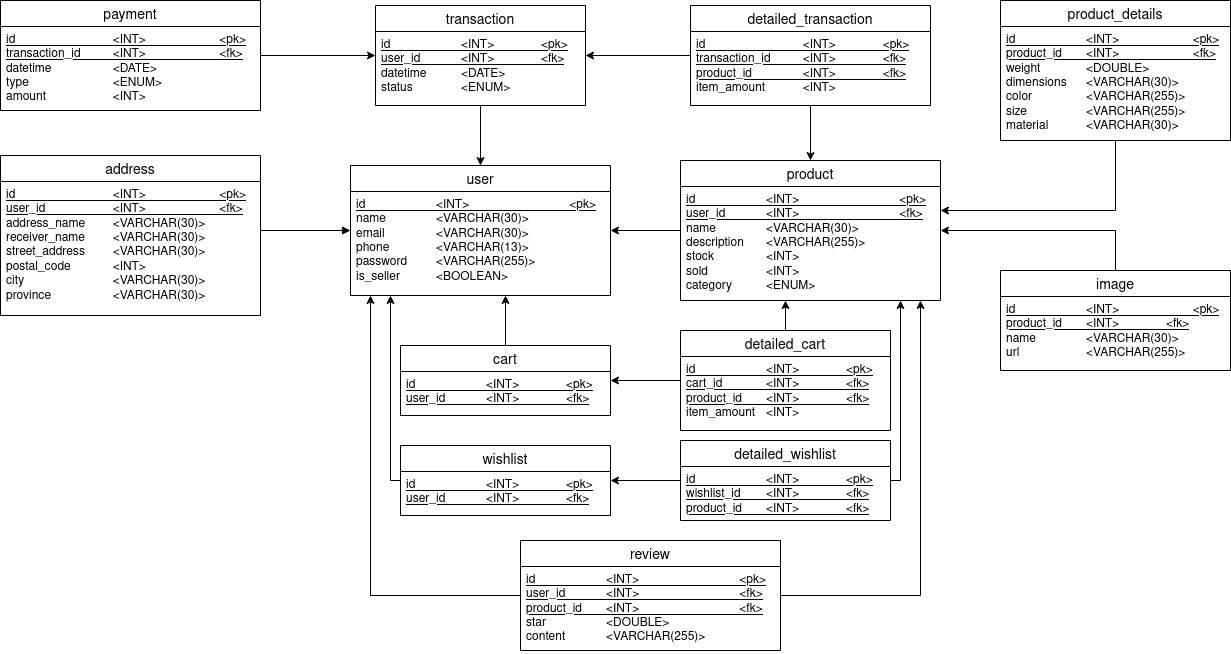
Before: img/NusantaraStore051_PDM.drawio.png, a diagram exported from draw.io (borednuna/NusantaraStore051_BE). Source tidied: cells renumbered, new cells last; positions are measured from the earlier drawing's top-left corner, leaving out a move shared by most shapes.
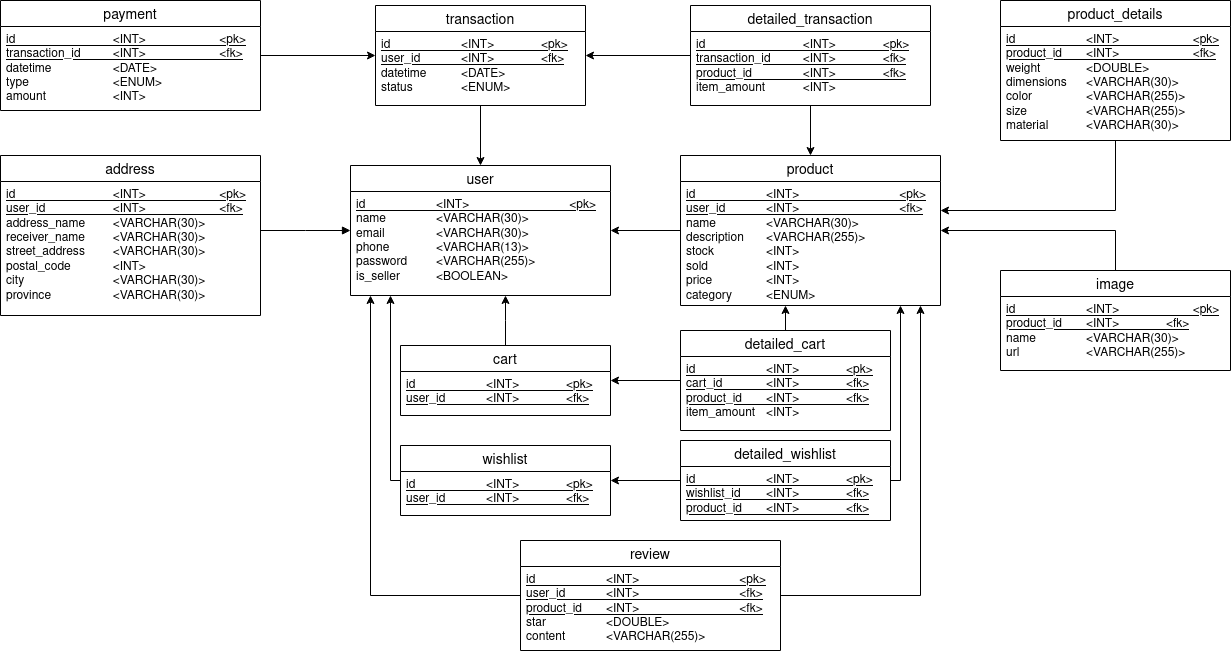
Above is the later version.

Diff of the diagram source:
```diff
@@ -36,10 +36,10 @@
       <mxGeometry relative="1" as="geometry" />
     </mxCell>
     <mxCell id="13" value="product" style="swimlane;fontStyle=0;horizontal=1;startSize=26;align=center;fontSize=14;" parent="1" vertex="1">
-      <mxGeometry x="680" y="160" width="260" height="140" as="geometry" />
+      <mxGeometry x="680" y="155" width="260" height="150" as="geometry" />
     </mxCell>
-    <mxCell id="14" value="&lt;div&gt;&lt;u&gt;id&lt;span style=&quot;white-space: pre;&quot;&gt;&#9;&lt;/span&gt;&lt;span style=&quot;white-space: pre;&quot;&gt;&#9;&lt;/span&gt;&lt;span style=&quot;white-space: pre;&quot;&gt;&#9;&lt;/span&gt;&amp;lt;INT&amp;gt;&lt;span style=&quot;white-space: pre;&quot;&gt;&#9;&lt;/span&gt;&lt;span style=&quot;white-space: pre;&quot;&gt;&#9;&lt;/span&gt;&lt;span style=&quot;white-space: pre;&quot;&gt;&#9;&lt;/span&gt;&lt;span style=&quot;white-space: pre;&quot;&gt;&#9;&lt;/span&gt;&amp;lt;pk&amp;gt;&lt;/u&gt;&lt;/div&gt;&lt;div&gt;&lt;u&gt;user_id&lt;span style=&quot;white-space: pre;&quot;&gt;&#9;&lt;span style=&quot;white-space: pre;&quot;&gt;&#9;&lt;/span&gt;&amp;lt;INT&amp;gt;&lt;span style=&quot;white-space: pre;&quot;&gt;&#9;&lt;/span&gt;&lt;span style=&quot;white-space: pre;&quot;&gt;&#9;&lt;/span&gt;&lt;span style=&quot;white-space: pre;&quot;&gt;&#9;&lt;/span&gt;&lt;span style=&quot;white-space: pre;&quot;&gt;&#9;&lt;/span&gt;&amp;lt;fk&amp;gt;&lt;/span&gt;&lt;/u&gt;&lt;/div&gt;&lt;div&gt;name&lt;span style=&quot;white-space: pre;&quot;&gt;&#9;&lt;/span&gt;&lt;span style=&quot;white-space: pre;&quot;&gt;&#9;&lt;/span&gt;&amp;lt;VARCHAR(30)&amp;gt;&lt;/div&gt;&lt;div&gt;description&lt;span style=&quot;white-space: pre;&quot;&gt;&#9;&lt;/span&gt;&amp;lt;VARCHAR(255)&amp;gt;&lt;/div&gt;&lt;div&gt;stock&lt;span style=&quot;white-space: pre;&quot;&gt;&#9;&lt;/span&gt;&lt;span style=&quot;white-space: pre;&quot;&gt;&#9;&lt;/span&gt;&amp;lt;INT&amp;gt;&lt;/div&gt;&lt;div&gt;sold&lt;span style=&quot;white-space: pre;&quot;&gt;&#9;&lt;/span&gt;&lt;span style=&quot;white-space: pre;&quot;&gt;&#9;&lt;/span&gt;&lt;span style=&quot;white-space: pre;&quot;&gt;&#9;&lt;/span&gt;&amp;lt;INT&amp;gt;&lt;/div&gt;&lt;div&gt;category&lt;span style=&quot;white-space: pre;&quot;&gt;&#9;&lt;/span&gt;&lt;span style=&quot;white-space: pre;&quot;&gt;&#9;&lt;/span&gt;&amp;lt;ENUM&amp;gt;&lt;br&gt;&lt;/div&gt;" style="text;strokeColor=none;fillColor=none;spacingLeft=4;spacingRight=4;overflow=hidden;fontSize=12;whiteSpace=wrap;html=1;" parent="13" vertex="1">
-      <mxGeometry y="26" width="260" height="114" as="geometry" />
+    <mxCell id="14" value="&lt;div&gt;&lt;u&gt;id&lt;span style=&quot;white-space: pre;&quot;&gt;&#9;&lt;/span&gt;&lt;span style=&quot;white-space: pre;&quot;&gt;&#9;&lt;/span&gt;&lt;span style=&quot;white-space: pre;&quot;&gt;&#9;&lt;/span&gt;&amp;lt;INT&amp;gt;&lt;span style=&quot;white-space: pre;&quot;&gt;&#9;&lt;/span&gt;&lt;span style=&quot;white-space: pre;&quot;&gt;&#9;&lt;/span&gt;&lt;span style=&quot;white-space: pre;&quot;&gt;&#9;&lt;/span&gt;&lt;span style=&quot;white-space: pre;&quot;&gt;&#9;&lt;/span&gt;&amp;lt;pk&amp;gt;&lt;/u&gt;&lt;/div&gt;&lt;div&gt;&lt;u&gt;user_id&lt;span style=&quot;white-space: pre;&quot;&gt;&#9;&lt;span style=&quot;white-space: pre;&quot;&gt;&#9;&lt;/span&gt;&amp;lt;INT&amp;gt;&lt;span style=&quot;white-space: pre;&quot;&gt;&#9;&lt;/span&gt;&lt;span style=&quot;white-space: pre;&quot;&gt;&#9;&lt;/span&gt;&lt;span style=&quot;white-space: pre;&quot;&gt;&#9;&lt;/span&gt;&lt;span style=&quot;white-space: pre;&quot;&gt;&#9;&lt;/span&gt;&amp;lt;fk&amp;gt;&lt;/span&gt;&lt;/u&gt;&lt;/div&gt;&lt;div&gt;name&lt;span style=&quot;white-space: pre;&quot;&gt;&#9;&lt;/span&gt;&lt;span style=&quot;white-space: pre;&quot;&gt;&#9;&lt;/span&gt;&amp;lt;VARCHAR(30)&amp;gt;&lt;/div&gt;&lt;div&gt;description&lt;span style=&quot;white-space: pre;&quot;&gt;&#9;&lt;/span&gt;&amp;lt;VARCHAR(255)&amp;gt;&lt;/div&gt;&lt;div&gt;stock&lt;span style=&quot;white-space: pre;&quot;&gt;&#9;&lt;/span&gt;&lt;span style=&quot;white-space: pre;&quot;&gt;&#9;&lt;/span&gt;&amp;lt;INT&amp;gt;&lt;/div&gt;&lt;div&gt;sold&lt;span style=&quot;white-space: pre;&quot;&gt;&#9;&lt;/span&gt;&lt;span style=&quot;white-space: pre;&quot;&gt;&#9;&lt;/span&gt;&lt;span style=&quot;white-space: pre;&quot;&gt;&#9;&lt;/span&gt;&amp;lt;INT&amp;gt;&lt;/div&gt;&lt;div&gt;price&lt;span style=&quot;white-space: pre;&quot;&gt;&#9;&lt;/span&gt;&lt;span style=&quot;white-space: pre;&quot;&gt;&#9;&lt;/span&gt;&amp;lt;INT&amp;gt;&lt;br&gt;&lt;/div&gt;&lt;div&gt;category&lt;span style=&quot;white-space: pre;&quot;&gt;&#9;&lt;/span&gt;&lt;span style=&quot;white-space: pre;&quot;&gt;&#9;&lt;/span&gt;&amp;lt;ENUM&amp;gt;&lt;br&gt;&lt;/div&gt;" style="text;strokeColor=none;fillColor=none;spacingLeft=4;spacingRight=4;overflow=hidden;fontSize=12;whiteSpace=wrap;html=1;" parent="13" vertex="1">
+      <mxGeometry y="26" width="260" height="124" as="geometry" />
     </mxCell>
     <mxCell id="15" value="detailed_transaction" style="swimlane;fontStyle=0;horizontal=1;startSize=26;align=center;fontSize=14;" parent="1" vertex="1">
       <mxGeometry x="690" y="5" width="240" height="100" as="geometry" />
```
